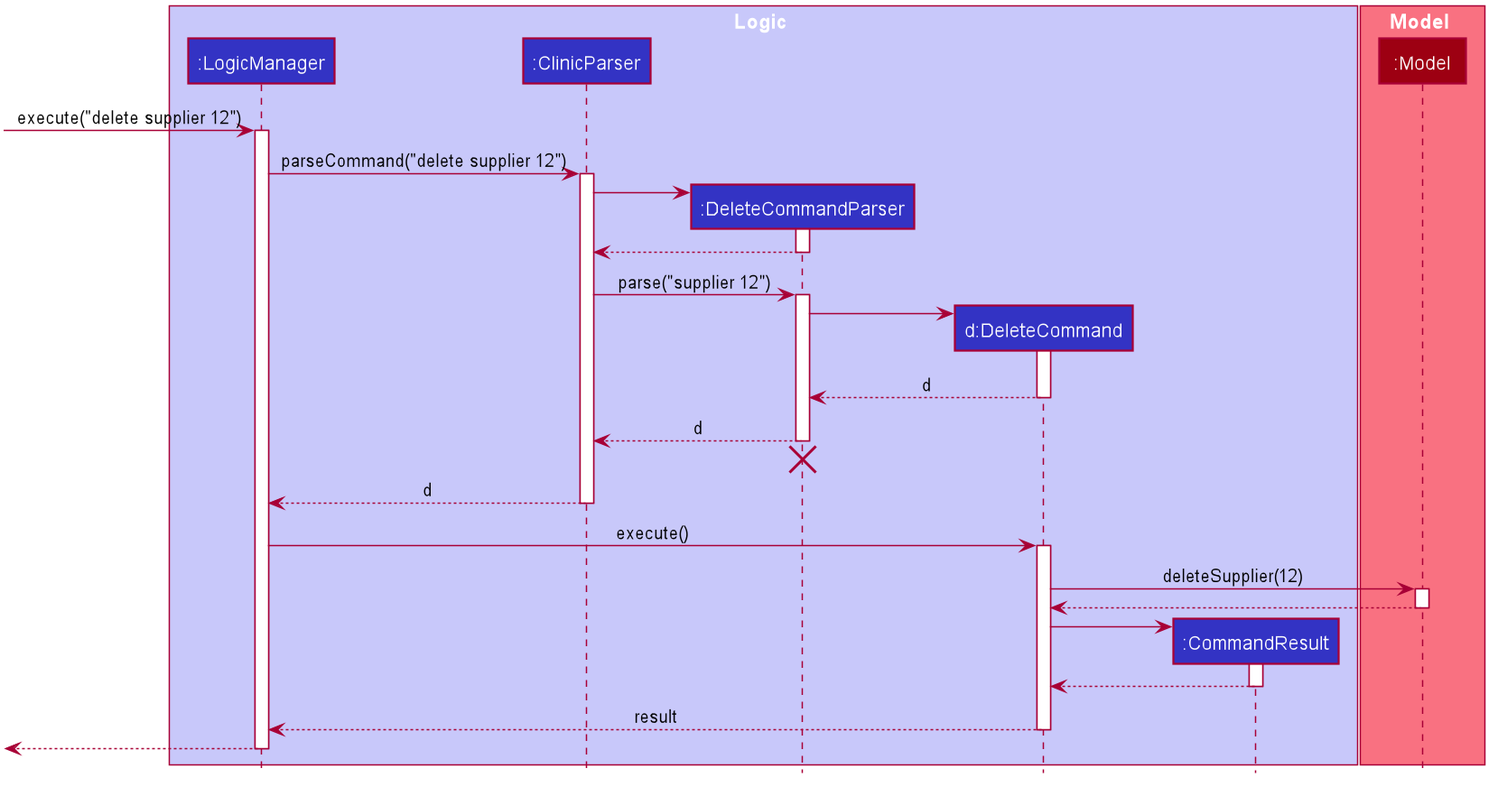
This is docs/images/DeleteSequenceDiagram.png from tohyuting/tp, a PlantUML export, as it was before one commit. Its diagram source:
```plantuml
@startuml








skinparam BackgroundColor #FFFFFFF

skinparam Shadowing false

skinparam Class {
    FontColor #FFFFFF
    BorderThickness 1
    BorderColor #FFFFFF
    StereotypeFontColor #FFFFFF
    FontName Arial
}

skinparam Actor {
    BorderColor #000000
    Color #000000
    FontName Arial
}

skinparam Sequence {
    MessageAlign center
    BoxFontSize 15
    BoxPadding 0
    BoxFontColor #FFFFFF
    FontName Arial
}

skinparam Participant {
    FontColor #FFFFFFF
    Padding 20
}

skinparam MinClassWidth 50
skinparam ParticipantPadding 10
skinparam Shadowing false
skinparam DefaultTextAlignment center
skinparam packageStyle Rectangle

hide footbox
hide members
hide circle

box Logic #C8C8FA
participant ":LogicManager" as LogicManager #3333C4
participant ":ClinicParser" as ClinicParser #3333C4
participant ":DeleteCommandParser" as DeleteCommandParser #3333C4
participant "d:DeleteCommand" as DeleteCommand #3333C4
participant ":CommandResult" as CommandResult #3333C4
end box

box Model #F97181
participant ":Model" as Model #9D0012
end box

[-> LogicManager : execute("delete supplier 12")
activate LogicManager

LogicManager -> ClinicParser : parseCommand("delete supplier 12")
activate ClinicParser

create DeleteCommandParser
ClinicParser -> DeleteCommandParser
activate DeleteCommandParser

DeleteCommandParser --> ClinicParser
deactivate DeleteCommandParser

ClinicParser -> DeleteCommandParser : parse("supplier 12")
activate DeleteCommandParser

create DeleteCommand
DeleteCommandParser -> DeleteCommand
activate DeleteCommand

DeleteCommand --> DeleteCommandParser : d
deactivate DeleteCommand

DeleteCommandParser --> ClinicParser : d
deactivate DeleteCommandParser
DeleteCommandParser -[hidden]-> ClinicParser
destroy DeleteCommandParser

ClinicParser --> LogicManager : d
deactivate ClinicParser

LogicManager -> DeleteCommand : execute()
activate DeleteCommand

DeleteCommand -> Model : deleteSupplier(12)
activate Model

Model --> DeleteCommand
deactivate Model

create CommandResult
DeleteCommand -> CommandResult
activate CommandResult

CommandResult --> DeleteCommand
deactivate CommandResult

DeleteCommand --> LogicManager : result
deactivate DeleteCommand

[<--LogicManager
deactivate LogicManager
@enduml
```
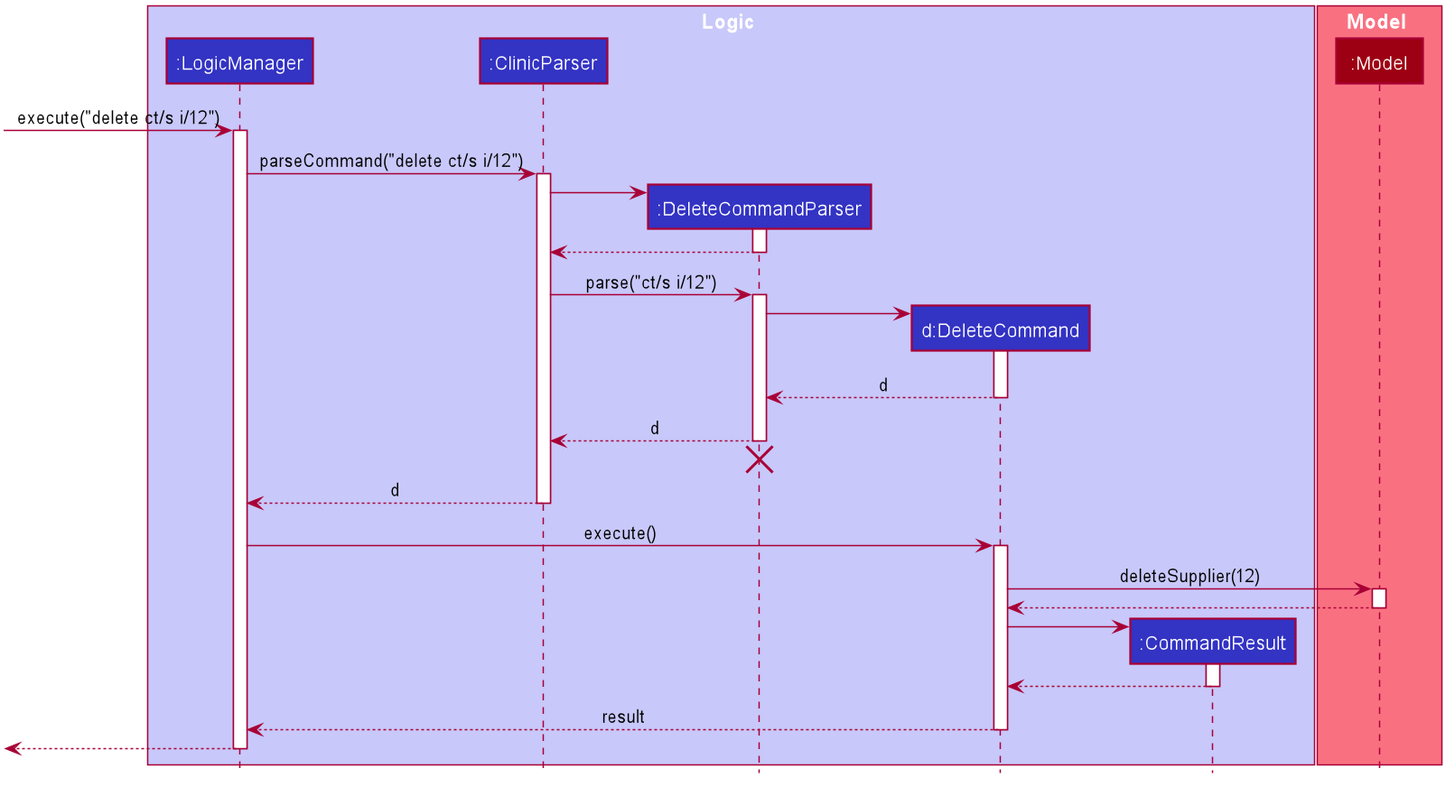
After the commit.

Commit message:
Update instances of delete command to latest format

What changed in the source:
```diff
@@ -60,10 +60,10 @@
 participant ":Model" as Model #9D0012
 end box
 
-[-> LogicManager : execute("delete supplier 12")
+[-> LogicManager : execute("delete ct/s i/12")
 activate LogicManager
 
-LogicManager -> ClinicParser : parseCommand("delete supplier 12")
+LogicManager -> ClinicParser : parseCommand("delete ct/s i/12")
 activate ClinicParser
 
 create DeleteCommandParser
@@ -73,7 +73,7 @@
 DeleteCommandParser --> ClinicParser
 deactivate DeleteCommandParser
 
-ClinicParser -> DeleteCommandParser : parse("supplier 12")
+ClinicParser -> DeleteCommandParser : parse("ct/s i/12")
 activate DeleteCommandParser
 
 create DeleteCommand
```
